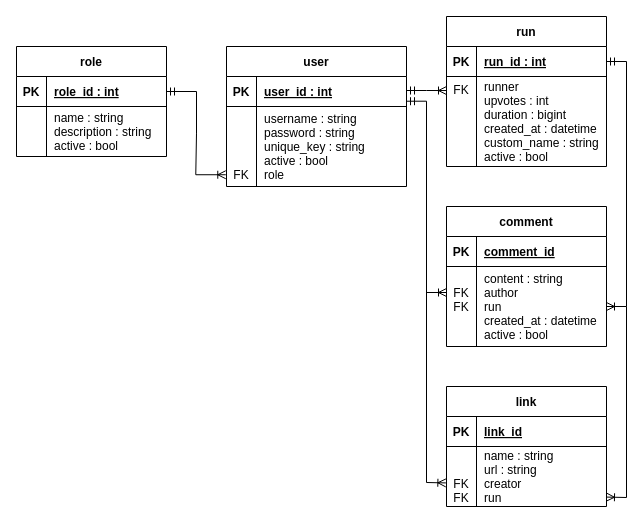
This is Sprint 5/Diagrams/PlatformSpeedRunnerDatabaseDiagram(v2).drawio from Thomas-Molen/S2CMKThomasvanderMolen, a draw.io file, before an edit. Source tidied: cells renumbered, new cells numbered last; positions are measured from the earlier drawing's top-left corner, leaving out a move shared by most shapes. Both pictures are drawn from the tidied source at 100%, with x=0, y=0 at pixel (16, 16).
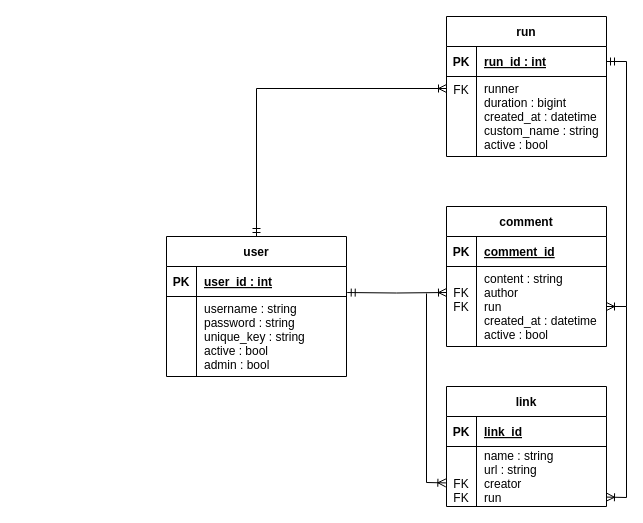
After the change.

Unchanged cells that the change refers to:
```xml
<mxCell id="4" style="shape=partialRectangle;fillColor=none;points=[[0,0.5],[1,0.5]];portConstraint=eastwest;top=0;left=0;right=0;bottom=1;" parent="3" vertex="1">
  <mxGeometry y="30" width="180" height="30" as="geometry" />
</mxCell>
<mxCell id="7" style="shape=partialRectangle;fillColor=none;points=[[0,0.5],[1,0.5]];portConstraint=eastwest;top=0;left=0;right=0;bottom=0;" parent="3" vertex="1">
  <mxGeometry y="60" width="180" height="80" as="geometry" />
</mxCell>
<mxCell id="38" style="shape=partialRectangle;fillColor=none;points=[[0,0.5],[1,0.5]];portConstraint=eastwest;top=0;left=0;right=0;bottom=0;" parent="34" vertex="1">
  <mxGeometry y="60" width="160" height="60" as="geometry" />
</mxCell>
```

Change to the diagram source:
```diff
@@
-    <mxCell id="2" style="edgeStyle=entityRelationEdgeStyle;endArrow=ERoneToMany;startArrow=ERmandOne;endFill=0;startFill=0;entryX=-0.004;entryY=0.853;entryDx=0;entryDy=0;exitX=1;exitY=0.5;exitDx=0;exitDy=0;rounded=0;entryPerimeter=0;" parent="1" edge="1" source="18" target="7">
-      <mxGeometry relative="1" as="geometry" />
-    </mxCell>
     <mxCell id="3" value="user" style="shape=table;startSize=30;childLayout=tableLayout;rowLines=0;fontStyle=1;align=center;" parent="1" vertex="1">
-      <mxGeometry x="210" y="30" width="180" height="140" as="geometry" />
+      <mxGeometry x="150" y="220" width="180" height="140" as="geometry" />
     </mxCell>
@@
-    <mxCell id="8" value="&#10;&#10;&#10;&#10;FK" style="shape=partialRectangle;overflow=hidden;fillColor=none;top=0;left=0;bottom=0;right=0;" parent="7" vertex="1">
+    <mxCell id="8" value="&#10;&#10;&#10;&#10;" style="shape=partialRectangle;overflow=hidden;fillColor=none;top=0;left=0;bottom=0;right=0;" parent="7" vertex="1">
       <mxGeometry width="30" height="80" as="geometry" />
     </mxCell>
-    <mxCell id="9" value="username : string&#10;password : string&#10;unique_key : string&#10;active : bool&#10;role" style="shape=partialRectangle;overflow=hidden;fillColor=none;top=0;left=0;bottom=0;right=0;align=left;spacingLeft=6;" parent="7" vertex="1">
+    <mxCell id="9" value="username : string&#10;password : string&#10;unique_key : string&#10;active : bool&#10;admin : bool" style="shape=partialRectangle;overflow=hidden;fillColor=none;top=0;left=0;bottom=0;right=0;align=left;spacingLeft=6;" parent="7" vertex="1">
       <mxGeometry x="30" width="150" height="80" as="geometry" />
     </mxCell>
     <mxCell id="10" value="run" style="shape=table;startSize=30;childLayout=tableLayout;rowLines=0;fontStyle=1;align=center;" parent="1" vertex="1">
-      <mxGeometry x="430" width="160" height="150" as="geometry" />
+      <mxGeometry x="430" width="160" height="140" as="geometry" />
     </mxCell>
@@
     <mxCell id="14" style="shape=partialRectangle;fillColor=none;points=[[0,0.5],[1,0.5]];portConstraint=eastwest;top=0;left=0;right=0;bottom=0;" parent="10" vertex="1">
-      <mxGeometry y="60" width="160" height="90" as="geometry" />
+      <mxGeometry y="60" width="160" height="80" as="geometry" />
     </mxCell>
     <mxCell id="15" value="FK" style="shape=partialRectangle;overflow=hidden;fillColor=none;top=0;left=0;bottom=0;right=0;verticalAlign=top;" parent="14" vertex="1">
-      <mxGeometry width="30" height="90" as="geometry" />
+      <mxGeometry width="30" height="80" as="geometry" />
     </mxCell>
-    <mxCell id="16" value="runner&#10;upvotes : int&#10;duration : bigint&#10;created_at : datetime&#10;custom_name : string&#10;active : bool" style="shape=partialRectangle;overflow=hidden;fillColor=none;top=0;left=0;bottom=0;right=0;align=left;spacingLeft=6;" parent="14" vertex="1">
-      <mxGeometry x="30" width="130" height="90" as="geometry" />
+    <mxCell id="16" value="runner&#10;duration : bigint&#10;created_at : datetime&#10;custom_name : string&#10;active : bool" style="shape=partialRectangle;overflow=hidden;fillColor=none;top=0;left=0;bottom=0;right=0;align=left;spacingLeft=6;" parent="14" vertex="1">
+      <mxGeometry x="30" width="130" height="80" as="geometry" />
     </mxCell>
-    <mxCell id="17" value="role" style="shape=table;startSize=30;childLayout=tableLayout;rowLines=0;fontStyle=1;align=center;" parent="1" vertex="1">
-      <mxGeometry y="30" width="150" height="110" as="geometry" />
-    </mxCell>
-    <mxCell id="18" style="shape=partialRectangle;fillColor=none;points=[[0,0.5],[1,0.5]];portConstraint=eastwest;top=0;left=0;right=0;bottom=1;" parent="17" vertex="1">
-      <mxGeometry y="30" width="150" height="30" as="geometry" />
-    </mxCell>
-    <mxCell id="19" value="PK" style="shape=partialRectangle;overflow=hidden;fillColor=none;top=0;left=0;bottom=0;right=0;fontStyle=1;" parent="18" vertex="1">
-      <mxGeometry width="30" height="30" as="geometry" />
-    </mxCell>
-    <mxCell id="20" value="role_id : int" style="shape=partialRectangle;overflow=hidden;fillColor=none;top=0;left=0;bottom=0;right=0;align=left;spacingLeft=6;fontStyle=5;" parent="18" vertex="1">
-      <mxGeometry x="30" width="120" height="30" as="geometry" />
-    </mxCell>
-    <mxCell id="21" style="shape=partialRectangle;fillColor=none;top=0;left=0;right=0;bottom=0;" parent="17" vertex="1">
-      <mxGeometry y="60" width="150" height="50" as="geometry" />
-    </mxCell>
-    <mxCell id="22" style="shape=partialRectangle;overflow=hidden;fillColor=none;top=0;left=0;bottom=0;right=0;fontStyle=1;" parent="21" vertex="1">
-      <mxGeometry width="30" height="50" as="geometry" />
-    </mxCell>
-    <mxCell id="23" value="name : string&#10;description : string&#10;active : bool" style="shape=partialRectangle;overflow=hidden;fillColor=none;top=0;left=0;bottom=0;right=0;align=left;spacingLeft=6;" parent="21" vertex="1">
-      <mxGeometry x="30" width="120" height="50" as="geometry" />
-    </mxCell>
@@
-    <mxCell id="31" style="edgeStyle=orthogonalEdgeStyle;rounded=0;jettySize=auto;html=1;entryX=0;entryY=0.156;entryDx=0;entryDy=0;startArrow=ERmandOne;startFill=0;endArrow=ERoneToMany;endFill=0;entryPerimeter=0;" parent="1" edge="1" source="4" target="14">
+    <mxCell id="31" style="edgeStyle=orthogonalEdgeStyle;rounded=0;jettySize=auto;html=1;startArrow=ERmandOne;startFill=0;endArrow=ERoneToMany;endFill=0;exitX=0.5;exitY=0;exitDx=0;exitDy=0;" parent="1" edge="1" source="3">
       <mxGeometry relative="1" as="geometry">
+        <mxPoint x="430" y="72" as="targetPoint" />
         <Array as="points">
-          <mxPoint x="410" y="74" />
-          <mxPoint x="410" y="74" />
+          <mxPoint x="240" y="72" />
         </Array>
       </mxGeometry>
     </mxCell>
@@
-    <mxCell id="33" style="edgeStyle=orthogonalEdgeStyle;rounded=0;jettySize=auto;html=1;entryX=1;entryY=0.824;entryDx=0;entryDy=0;entryPerimeter=0;startArrow=ERoneToMany;startFill=0;endArrow=ERmandOne;endFill=0;" parent="1" edge="1" target="4">
+    <mxCell id="33" style="edgeStyle=orthogonalEdgeStyle;rounded=0;jettySize=auto;html=1;startArrow=ERoneToMany;startFill=0;endArrow=ERmandOne;endFill=0;entryX=1.004;entryY=0.868;entryDx=0;entryDy=0;entryPerimeter=0;" parent="1" edge="1" target="4">
       <mxGeometry relative="1" as="geometry">
         <mxPoint x="430" y="276" as="sourcePoint" />
-        <Array as="points">
-          <mxPoint x="430" y="276" />
-          <mxPoint x="410" y="276" />
-          <mxPoint x="410" y="85" />
-        </Array>
       </mxGeometry>
     </mxCell>
@@
     <mxCell id="42" style="endArrow=none;html=1;exitX=-0.004;exitY=0.607;exitDx=0;exitDy=0;rounded=0;startArrow=ERoneToMany;startFill=0;exitPerimeter=0;" parent="1" edge="1" source="38">
       <mxGeometry relative="1" as="geometry">
-        <mxPoint x="410" y="275" as="targetPoint" />
+        <mxPoint x="410" y="277" as="targetPoint" />
         <Array as="points">
           <mxPoint x="410" y="466" />
         </Array>
       </mxGeometry>
     </mxCell>
```
